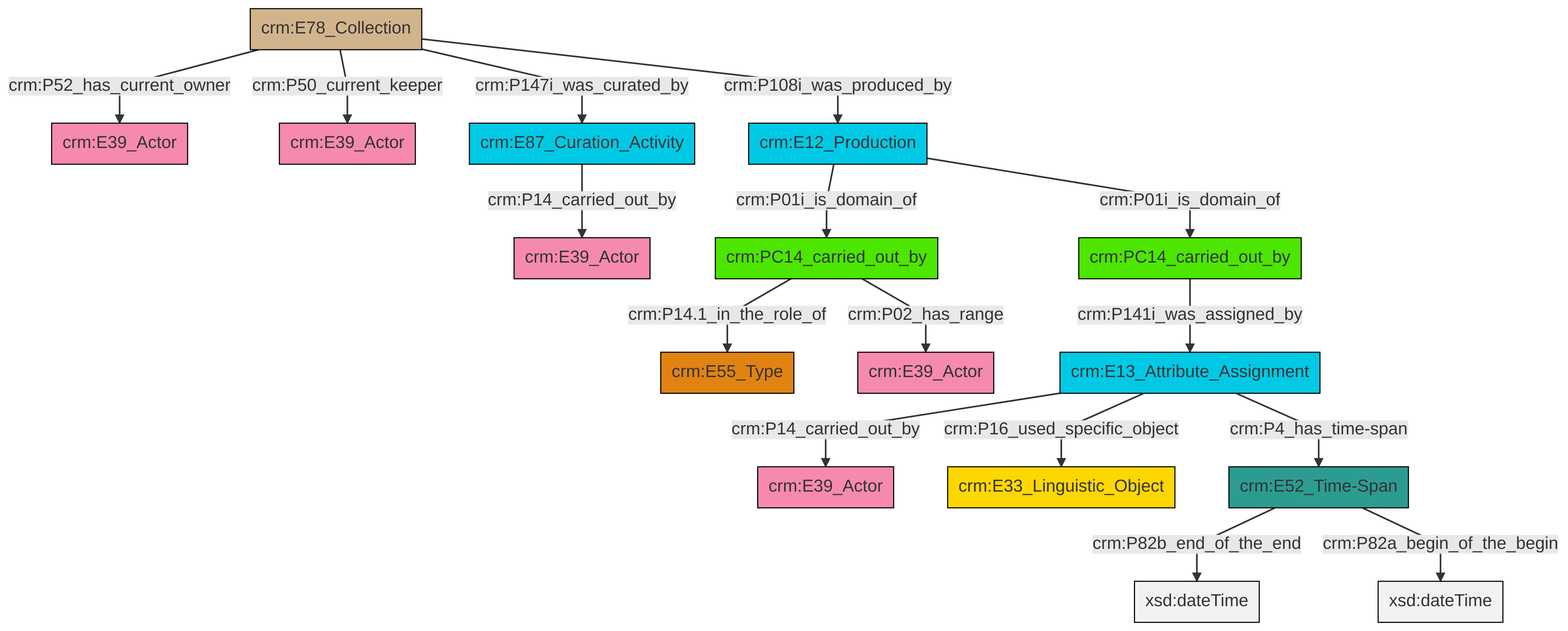
Above: et/archivalCSV/ttl/mmd/png/archival_relation.png in swiss-art-research-net/docs.swissartresearch (Mermaid), before the change. Its source is kept beside it as et/archivalCSV/ttl/mmd/archival_relation.ttl.mmd.
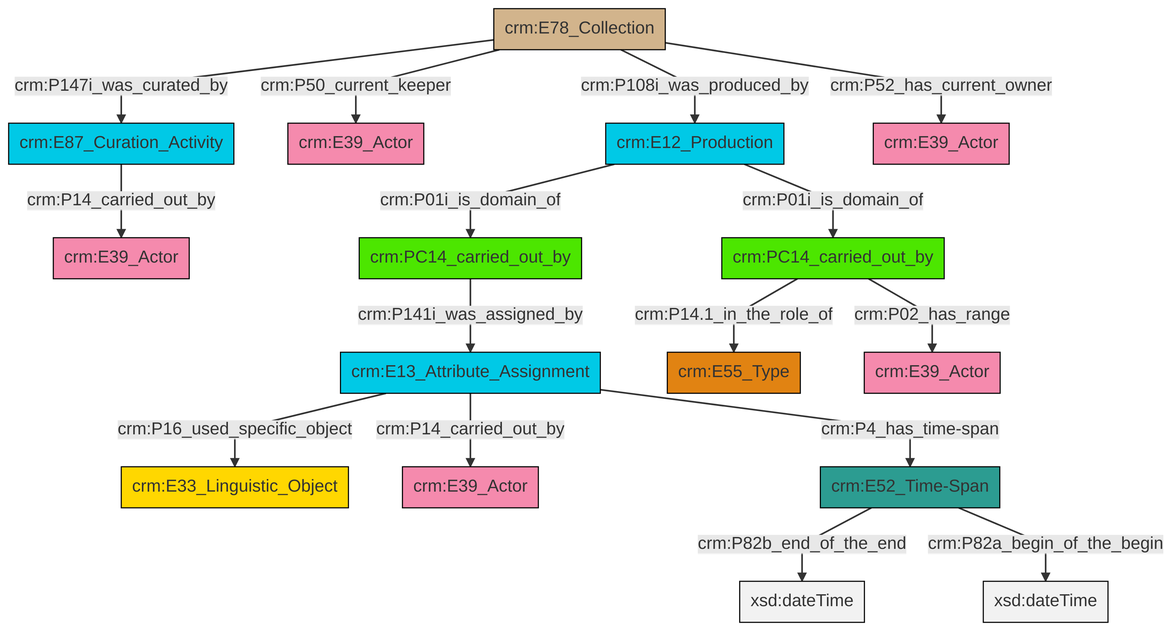
After the commit.

Diff of the diagram source:
```diff
@@ -13,18 +13,18 @@
 classDef PC_Classes fill:#4ce600, stroke:#000000;
 classDef Multi fill:#cccccc,stroke:#000000;
 
-2["crm:E78_Collection"]:::Physical_Thing -->|crm:P52_has_current_owner| 3["crm:E39_Actor"]:::Actor
-2["crm:E78_Collection"]:::Physical_Thing -->|crm:P50_current_keeper| 8["crm:E39_Actor"]:::Actor
-0["crm:PC14_carried_out_by"]:::PC_Classes -->|crm:P14.1_in_the_role_of| 11["crm:E55_Type"]:::Type
-14["crm:E12_Production"]:::Temporal_Entity -->|crm:P01i_is_domain_of| 0["crm:PC14_carried_out_by"]:::PC_Classes
-0["crm:PC14_carried_out_by"]:::PC_Classes -->|crm:P02_has_range| 4["crm:E39_Actor"]:::Actor
-17["crm:E52_Time-Span"]:::Time-Span -->|crm:P82b_end_of_the_end| 22[xsd:dateTime]:::Literal
-2["crm:E78_Collection"]:::Physical_Thing -->|crm:P147i_was_curated_by| 20["crm:E87_Curation_Activity"]:::Temporal_Entity
-2["crm:E78_Collection"]:::Physical_Thing -->|crm:P108i_was_produced_by| 14["crm:E12_Production"]:::Temporal_Entity
-20["crm:E87_Curation_Activity"]:::Temporal_Entity -->|crm:P14_carried_out_by| 23["crm:E39_Actor"]:::Actor
-17["crm:E52_Time-Span"]:::Time-Span -->|crm:P82a_begin_of_the_begin| 24[xsd:dateTime]:::Literal
-25["crm:PC14_carried_out_by"]:::PC_Classes -->|crm:P141i_was_assigned_by| 9["crm:E13_Attribute_Assignment"]:::Temporal_Entity
-9["crm:E13_Attribute_Assignment"]:::Temporal_Entity -->|crm:P14_carried_out_by| 6["crm:E39_Actor"]:::Actor
-9["crm:E13_Attribute_Assignment"]:::Temporal_Entity -->|crm:P16_used_specific_object| 28["crm:E33_Linguistic_Object"]:::Conceptual_Object
-9["crm:E13_Attribute_Assignment"]:::Temporal_Entity -->|crm:P4_has_time-span| 17["crm:E52_Time-Span"]:::Time-Span
-14["crm:E12_Production"]:::Temporal_Entity -->|crm:P01i_is_domain_of| 25["crm:PC14_carried_out_by"]:::PC_Classes
+2["crm:PC14_carried_out_by"]:::PC_Classes -->|crm:P14.1_in_the_role_of| 3["crm:E55_Type"]:::Type
+0["crm:E12_Production"]:::Temporal_Entity -->|crm:P01i_is_domain_of| 4["crm:PC14_carried_out_by"]:::PC_Classes
+0["crm:E12_Production"]:::Temporal_Entity -->|crm:P01i_is_domain_of| 2["crm:PC14_carried_out_by"]:::PC_Classes
+4["crm:PC14_carried_out_by"]:::PC_Classes -->|crm:P141i_was_assigned_by| 6["crm:E13_Attribute_Assignment"]:::Temporal_Entity
+7["crm:E87_Curation_Activity"]:::Temporal_Entity -->|crm:P14_carried_out_by| 8["crm:E39_Actor"]:::Actor
+2["crm:PC14_carried_out_by"]:::PC_Classes -->|crm:P02_has_range| 10["crm:E39_Actor"]:::Actor
+14["crm:E78_Collection"]:::Physical_Thing -->|crm:P147i_was_curated_by| 7["crm:E87_Curation_Activity"]:::Temporal_Entity
+14["crm:E78_Collection"]:::Physical_Thing -->|crm:P50_current_keeper| 16["crm:E39_Actor"]:::Actor
+18["crm:E52_Time-Span"]:::Time-Span -->|crm:P82b_end_of_the_end| 19[xsd:dateTime]:::Literal
+14["crm:E78_Collection"]:::Physical_Thing -->|crm:P108i_was_produced_by| 0["crm:E12_Production"]:::Temporal_Entity
+6["crm:E13_Attribute_Assignment"]:::Temporal_Entity -->|crm:P16_used_specific_object| 22["crm:E33_Linguistic_Object"]:::Conceptual_Object
+18["crm:E52_Time-Span"]:::Time-Span -->|crm:P82a_begin_of_the_begin| 24[xsd:dateTime]:::Literal
+6["crm:E13_Attribute_Assignment"]:::Temporal_Entity -->|crm:P14_carried_out_by| 12["crm:E39_Actor"]:::Actor
+14["crm:E78_Collection"]:::Physical_Thing -->|crm:P52_has_current_owner| 20["crm:E39_Actor"]:::Actor
+6["crm:E13_Attribute_Assignment"]:::Temporal_Entity -->|crm:P4_has_time-span| 18["crm:E52_Time-Span"]:::Time-Span
```
